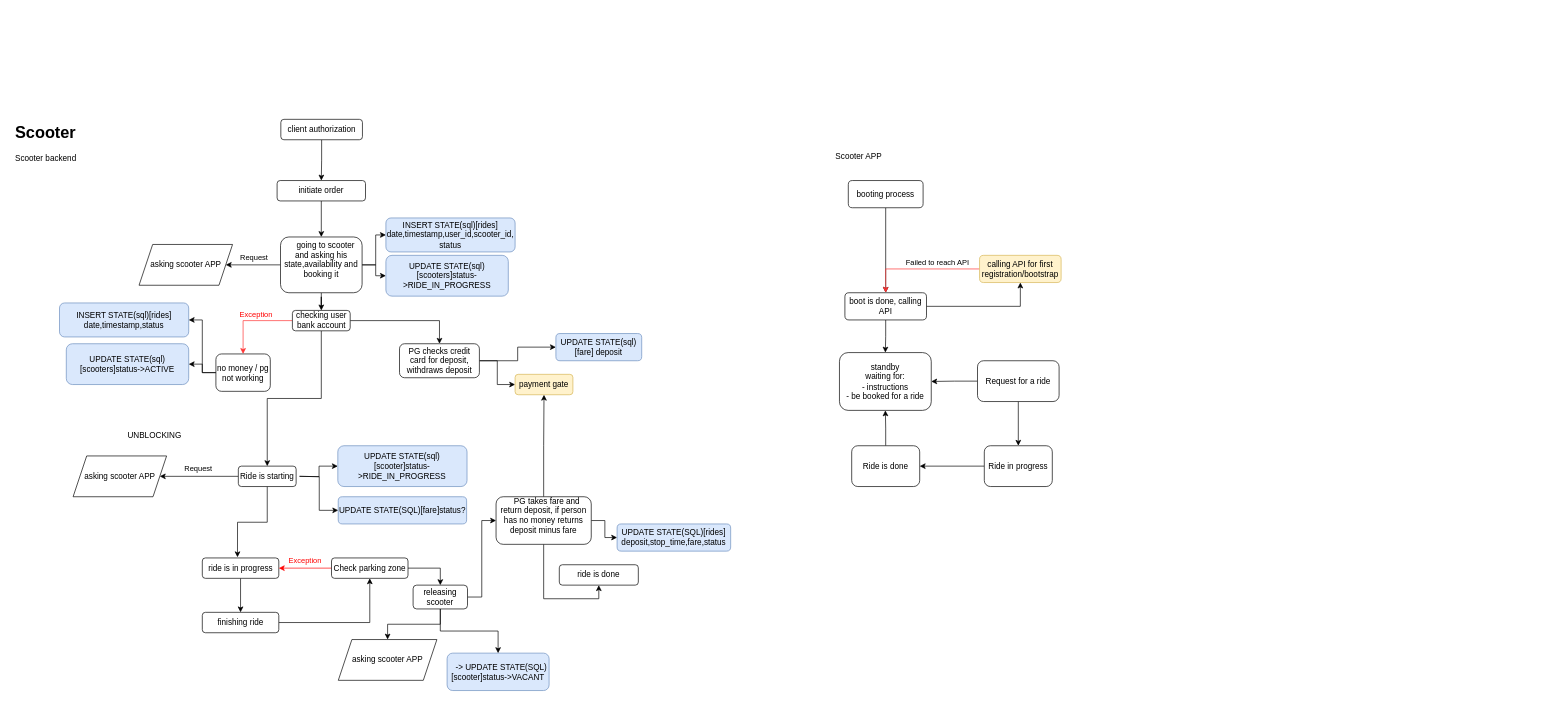
Earlier version of the draw.io diagram e-scooter[flows].drawio (integer00/diagrams). Source tidied: cells renumbered, new cells numbered last; positions are measured from the earlier drawing's top-left corner, leaving out a move shared by most shapes. Both pictures are drawn from the tidied source at 68%, with x=0, y=0 at pixel (12, 119).
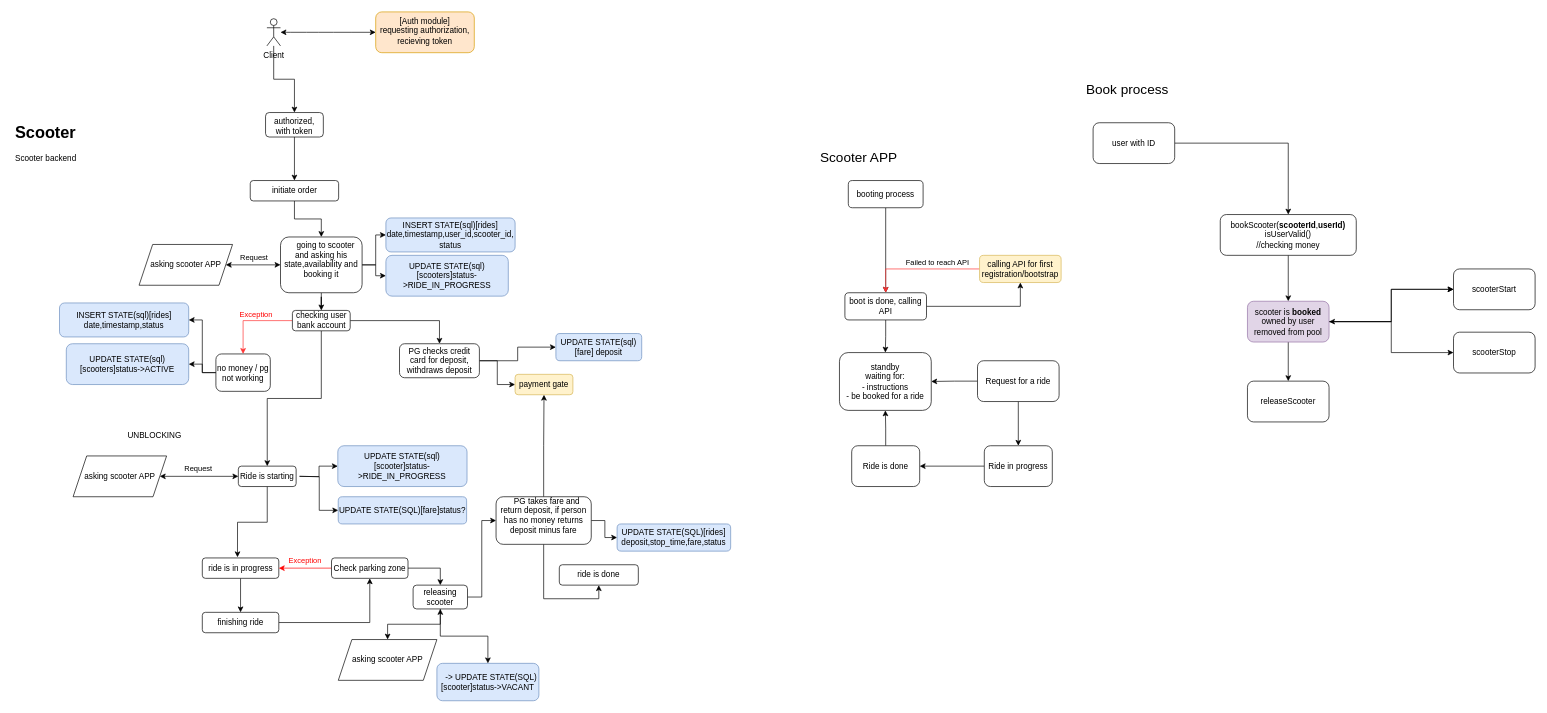
Above is the later version.

The change refers to these unchanged cells:
```xml
<mxCell id="28" value="Ride is starting" style="rounded=1;whiteSpace=wrap;html=1;" parent="1" vertex="1">
  <mxGeometry x="333" y="510" width="85" height="30" as="geometry" />
</mxCell>
<mxCell id="38" value="releasing scooter" style="rounded=1;whiteSpace=wrap;html=1;" parent="1" vertex="1">
  <mxGeometry x="590" y="685" width="80" height="35" as="geometry" />
</mxCell>
<mxCell id="53" value="&lt;div&gt;&amp;nbsp; &amp;nbsp; going to scooter and asking his state,availability and booking it&lt;/div&gt;&lt;div&gt;&lt;br&gt;&lt;/div&gt;" style="rounded=1;whiteSpace=wrap;html=1;" parent="1" vertex="1">
  <mxGeometry x="395" y="173" width="120" height="82" as="geometry" />
</mxCell>
<mxCell id="54" value="asking scooter APP" style="shape=parallelogram;perimeter=parallelogramPerimeter;whiteSpace=wrap;html=1;fixedSize=1;" parent="1" vertex="1">
  <mxGeometry x="187" y="184" width="137.5" height="60" as="geometry" />
</mxCell>
<mxCell id="55" value="asking scooter APP" style="shape=parallelogram;perimeter=parallelogramPerimeter;whiteSpace=wrap;html=1;fixedSize=1;" parent="1" vertex="1">
  <mxGeometry x="90" y="495" width="137.5" height="60" as="geometry" />
</mxCell>
<mxCell id="57" value="asking scooter APP" style="shape=parallelogram;perimeter=parallelogramPerimeter;whiteSpace=wrap;html=1;fixedSize=1;" parent="1" vertex="1">
  <mxGeometry x="480" y="765" width="145" height="60" as="geometry" />
</mxCell>
```

Diff of the diagram source:
```diff
@@
     <mxCell id="4" value="initiate order" style="rounded=1;whiteSpace=wrap;html=1;" parent="1" vertex="1">
-      <mxGeometry x="390" y="90" width="130" height="30" as="geometry" />
+      <mxGeometry x="350.5" y="90" width="130" height="30" as="geometry" />
     </mxCell>
@@
-    <mxCell id="26" style="edgeStyle=orthogonalEdgeStyle;rounded=0;jettySize=auto;html=1;" parent="1" edge="1" source="28" target="55">
+    <mxCell id="26" style="edgeStyle=orthogonalEdgeStyle;rounded=0;jettySize=auto;html=1;startArrow=classic;startFill=1;" parent="1" edge="1" source="28" target="55">
       <mxGeometry relative="1" as="geometry" />
     </mxCell>
@@
     <mxCell id="31" value="&lt;div&gt;&lt;div&gt;&amp;nbsp; &amp;nbsp;-&amp;gt; UPDATE STATE(SQL)[scooter]status-&amp;gt;VACANT&lt;/div&gt;&lt;/div&gt;" style="rounded=1;whiteSpace=wrap;html=1;fillColor=#dae8fc;strokeColor=#6c8ebf;" parent="1" vertex="1">
-      <mxGeometry x="640" y="785" width="150" height="55" as="geometry" />
+      <mxGeometry x="625" y="800" width="150" height="55" as="geometry" />
     </mxCell>
@@
-    <mxCell id="36" style="edgeStyle=orthogonalEdgeStyle;rounded=0;jettySize=auto;html=1;" parent="1" edge="1" source="38" target="57">
+    <mxCell id="36" style="edgeStyle=orthogonalEdgeStyle;rounded=0;jettySize=auto;html=1;startArrow=classic;startFill=1;" parent="1" edge="1" source="38" target="57">
       <mxGeometry relative="1" as="geometry" />
     </mxCell>
@@
-    <mxCell id="49" style="edgeStyle=orthogonalEdgeStyle;rounded=0;jettySize=auto;html=1;" parent="1" edge="1" source="53" target="54">
+    <mxCell id="49" style="edgeStyle=orthogonalEdgeStyle;rounded=0;jettySize=auto;html=1;startArrow=classic;startFill=1;" parent="1" edge="1" source="53" target="54">
       <mxGeometry relative="1" as="geometry" />
     </mxCell>
@@
-    <mxCell id="58" value="Scooter APP" style="text;html=1;align=center;verticalAlign=middle;strokeColor=none;fillColor=none;" parent="1" vertex="1">
-      <mxGeometry x="1200" y="40" width="90" height="30" as="geometry" />
+    <mxCell id="58" value="&lt;font style=&quot;font-size: 20px;&quot;&gt;Scooter APP&lt;/font&gt;" style="text;html=1;align=center;verticalAlign=middle;strokeColor=none;fillColor=none;" parent="1" vertex="1">
+      <mxGeometry x="1175" y="35" width="140" height="40" as="geometry" />
     </mxCell>
@@
-    <mxCell id="75" style="edgeStyle=orthogonalEdgeStyle;rounded=0;jettySize=auto;html=1;" parent="1" edge="1" source="76" target="4">
-      <mxGeometry relative="1" as="geometry" />
-    </mxCell>
-    <mxCell id="76" value="client authorization" style="rounded=1;whiteSpace=wrap;html=1;" parent="1" vertex="1">
-      <mxGeometry x="395.5" width="120" height="30" as="geometry" />
-    </mxCell>
+    <mxCell id="77" style="edgeStyle=orthogonalEdgeStyle;jettySize=auto;html=1;curved=1;startArrow=classic;startFill=1;" parent="1" edge="1" source="79" target="80">
+      <mxGeometry relative="1" as="geometry" />
+    </mxCell>
+    <mxCell id="78" style="edgeStyle=orthogonalEdgeStyle;rounded=0;jettySize=auto;html=1;" parent="1" edge="1" source="79" target="82">
+      <mxGeometry relative="1" as="geometry" />
+    </mxCell>
+    <mxCell id="79" value="Client" style="shape=umlActor;verticalLabelPosition=bottom;verticalAlign=top;html=1;outlineConnect=0;" parent="1" vertex="1">
+      <mxGeometry x="375" y="-148" width="20" height="40" as="geometry" />
+    </mxCell>
+    <mxCell id="80" value="[Auth module]&lt;br&gt;requesting authorization, recieving token" style="rounded=1;whiteSpace=wrap;html=1;verticalAlign=top;fillColor=#ffe6cc;strokeColor=#d79b00;" parent="1" vertex="1">
+      <mxGeometry x="535" y="-158" width="145" height="60" as="geometry" />
+    </mxCell>
+    <mxCell id="81" style="edgeStyle=orthogonalEdgeStyle;rounded=0;jettySize=auto;html=1;" parent="1" edge="1" source="82" target="4">
+      <mxGeometry relative="1" as="geometry" />
+    </mxCell>
+    <mxCell id="82" value="authorized, with token&lt;br&gt;" style="rounded=1;whiteSpace=wrap;html=1;verticalAlign=top;" parent="1" vertex="1">
+      <mxGeometry x="373" y="-10" width="85" height="36" as="geometry" />
+    </mxCell>
+    <mxCell id="83" style="edgeStyle=orthogonalEdgeStyle;rounded=0;jettySize=auto;html=1;" parent="1" edge="1" source="84" target="86">
+      <mxGeometry relative="1" as="geometry" />
+    </mxCell>
+    <mxCell id="84" value="user with ID" style="rounded=1;whiteSpace=wrap;html=1;" parent="1" vertex="1">
+      <mxGeometry x="1590" y="5" width="120" height="60" as="geometry" />
+    </mxCell>
+    <mxCell id="85" style="edgeStyle=orthogonalEdgeStyle;rounded=0;jettySize=auto;html=1;" parent="1" edge="1" source="86" target="90">
+      <mxGeometry relative="1" as="geometry" />
+    </mxCell>
+    <mxCell id="86" value="bookScooter(&lt;b&gt;scooterId&lt;/b&gt;,&lt;b&gt;userId)&lt;br&gt;&lt;/b&gt;isUserValid()&lt;br style=&quot;border-color: var(--border-color);&quot;&gt;//checking money&lt;b&gt;&lt;br&gt;&lt;/b&gt;" style="rounded=1;whiteSpace=wrap;html=1;" parent="1" vertex="1">
+      <mxGeometry x="1777" y="140" width="200" height="60" as="geometry" />
+    </mxCell>
+    <mxCell id="87" style="edgeStyle=orthogonalEdgeStyle;rounded=0;jettySize=auto;html=1;" parent="1" edge="1" source="90" target="91">
+      <mxGeometry relative="1" as="geometry" />
+    </mxCell>
+    <mxCell id="88" style="edgeStyle=orthogonalEdgeStyle;rounded=0;jettySize=auto;html=1;" parent="1" edge="1" source="90" target="92">
+      <mxGeometry relative="1" as="geometry" />
+    </mxCell>
+    <mxCell id="89" style="edgeStyle=orthogonalEdgeStyle;rounded=0;jettySize=auto;html=1;" parent="1" edge="1" source="90" target="92">
+      <mxGeometry relative="1" as="geometry" />
+    </mxCell>
+    <mxCell id="90" value="scooter is &lt;b&gt;booked&lt;/b&gt;&lt;br&gt;owned by user&lt;br&gt;removed from pool" style="rounded=1;whiteSpace=wrap;html=1;fillColor=#e1d5e7;strokeColor=#9673a6;" parent="1" vertex="1">
+      <mxGeometry x="1817" y="267.5" width="120" height="60" as="geometry" />
+    </mxCell>
+    <mxCell id="91" value="releaseScooter" style="rounded=1;whiteSpace=wrap;html=1;" parent="1" vertex="1">
+      <mxGeometry x="1817" y="385" width="120" height="60" as="geometry" />
+    </mxCell>
+    <mxCell id="92" value="scooterStart" style="rounded=1;whiteSpace=wrap;html=1;" parent="1" vertex="1">
+      <mxGeometry x="2120" y="220" width="120" height="60" as="geometry" />
+    </mxCell>
+    <mxCell id="93" style="edgeStyle=orthogonalEdgeStyle;rounded=0;jettySize=auto;html=1;startArrow=classic;startFill=1;" parent="1" edge="1" source="94" target="90">
+      <mxGeometry relative="1" as="geometry" />
+    </mxCell>
+    <mxCell id="94" value="scooterStop" style="rounded=1;whiteSpace=wrap;html=1;" parent="1" vertex="1">
+      <mxGeometry x="2120" y="313" width="120" height="60" as="geometry" />
+    </mxCell>
+    <mxCell id="95" value="&lt;font style=&quot;font-size: 20px;&quot;&gt;Book process&lt;/font&gt;" style="text;html=1;align=center;verticalAlign=middle;strokeColor=none;fillColor=none;" parent="1" vertex="1">
+      <mxGeometry x="1570" y="-65" width="140" height="40" as="geometry" />
+    </mxCell>
```
